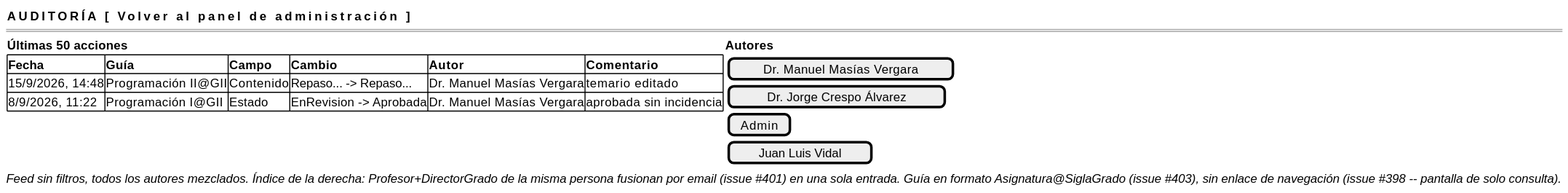
The PlantUML diagram images/RUP/01-requisitos/03-detalle-casos-uso/consultarHistorialCambios/wireframe.svg in mmasias/pyCeldaPublico, before a commit.
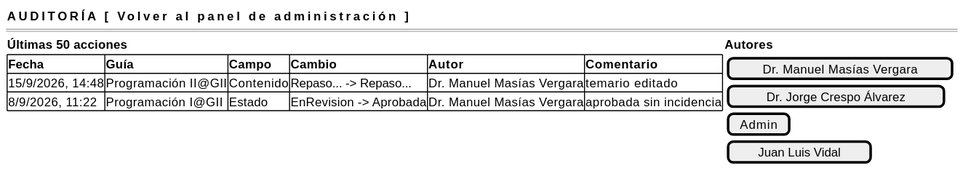
Above is the later version.

The edit, as a diff of the source:
```diff
@@ -15,6 +15,5 @@
         [ Juan Luis Vidal ]
     }
     }
-    <i>Feed sin filtros, todos los autores mezclados. Índice de la derecha: Profesor+DirectorGrado de la misma persona fusionan por email (issue #401) en una sola entrada. Guía en formato Asignatura@SiglaGrado (issue #403), sin enlace de navegación (issue #398 -- pantalla de solo consulta).</i>
 }
 @endsalt
```
